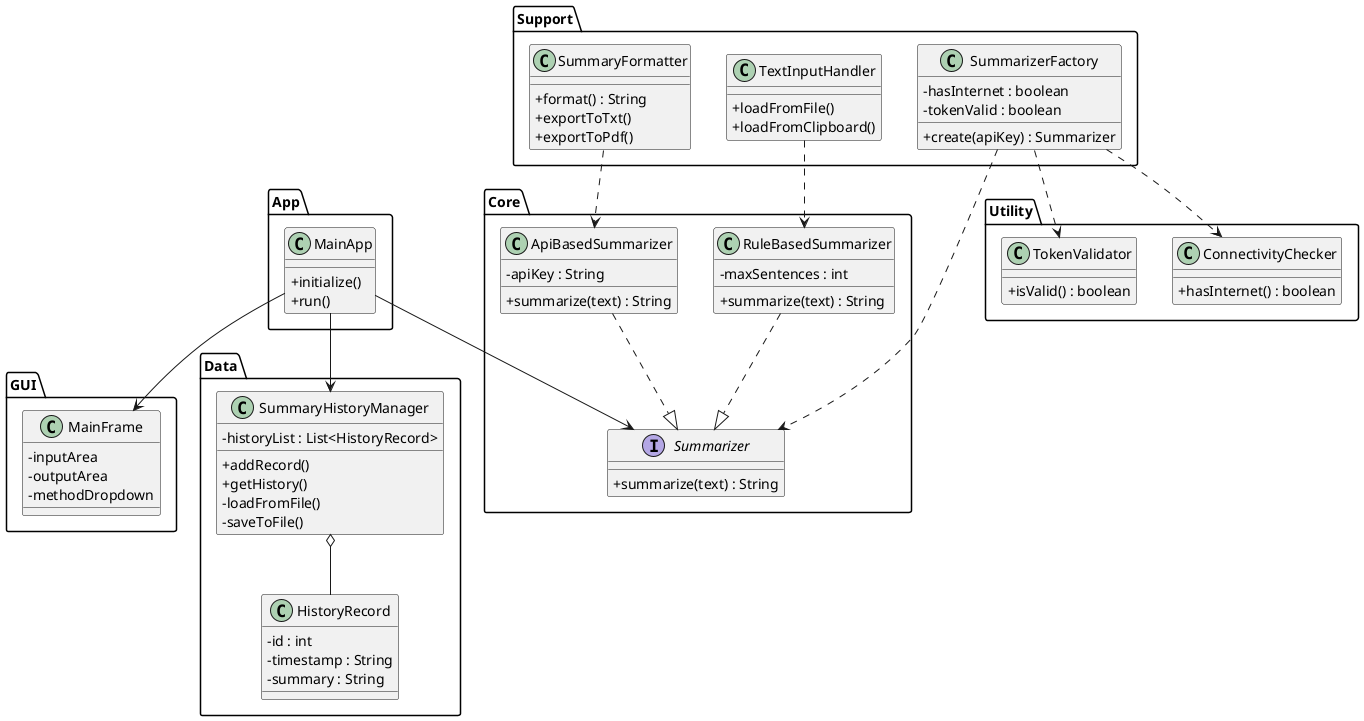
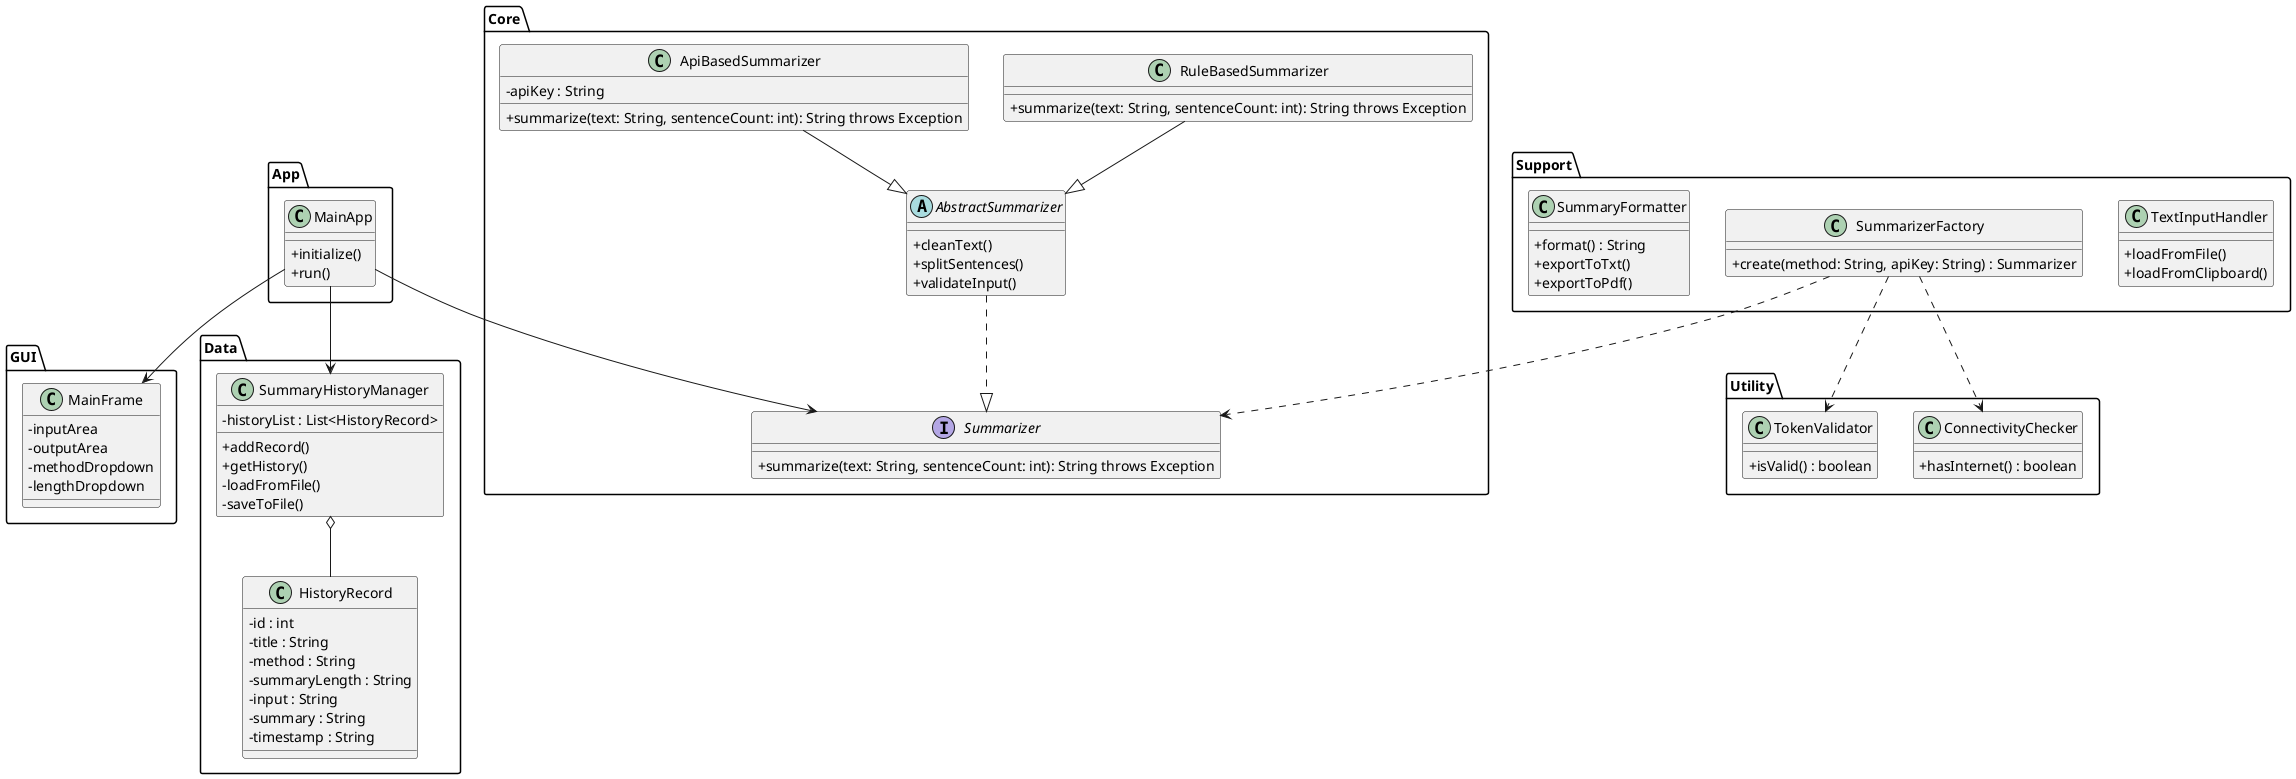
@startuml
skinparam classAttributeIconSize 0

package GUI {
  class MainFrame {
    - inputArea
    - outputArea
    - methodDropdown
+     - lengthDropdown
  }
}

package App {
  class MainApp {
    + initialize()
    + run()
  }
}

package Core {
  interface Summarizer {
-     + summarize(text) : String
+     + summarize(text: String, sentenceCount: int): String throws Exception
+   }
+ 
+   abstract class AbstractSummarizer {
+     + cleanText()
+     + splitSentences()
+     + validateInput()
  }

  class RuleBasedSummarizer {
-     - maxSentences : int
-     + summarize(text) : String
+     + summarize(text: String, sentenceCount: int): String throws Exception
  }

  class ApiBasedSummarizer {
    - apiKey : String
-     + summarize(text) : String
+     + summarize(text: String, sentenceCount: int): String throws Exception
  }
}

package Support {
  class TextInputHandler {
    + loadFromFile()
    + loadFromClipboard()
  }

  class SummarizerFactory {
-     - hasInternet : boolean
-     - tokenValid : boolean
-     + create(apiKey) : Summarizer
+     + create(method: String, apiKey: String) : Summarizer
  }

  class SummaryFormatter {
    + format() : String
    + exportToTxt()
    + exportToPdf()
  }
}

package Data {
  class HistoryRecord {
    - id : int
+     - title : String
+     - method : String
+     - summaryLength : String
+     - input : String
+     - summary : String
    - timestamp : String
-     - summary : String
  }

  class SummaryHistoryManager {
    - historyList : List<HistoryRecord>
    + addRecord()
    + getHistory()
    - loadFromFile()
    - saveToFile()
  }
}

package Utility {
  class ConnectivityChecker {
    + hasInternet() : boolean
  }

  class TokenValidator {
    + isValid() : boolean
  }
}

- RuleBasedSummarizer ..|> Summarizer
- ApiBasedSummarizer ..|> Summarizer
+ AbstractSummarizer ..|> Summarizer
+ RuleBasedSummarizer --|> AbstractSummarizer
+ ApiBasedSummarizer --|> AbstractSummarizer
+ 
MainApp --> Summarizer
MainApp --> MainFrame
MainApp --> SummaryHistoryManager
- TextInputHandler ..> RuleBasedSummarizer
SummarizerFactory ..> Summarizer
SummarizerFactory ..> ConnectivityChecker
SummarizerFactory ..> TokenValidator
- SummaryFormatter ..> ApiBasedSummarizer
SummaryHistoryManager o-- HistoryRecord
@enduml
